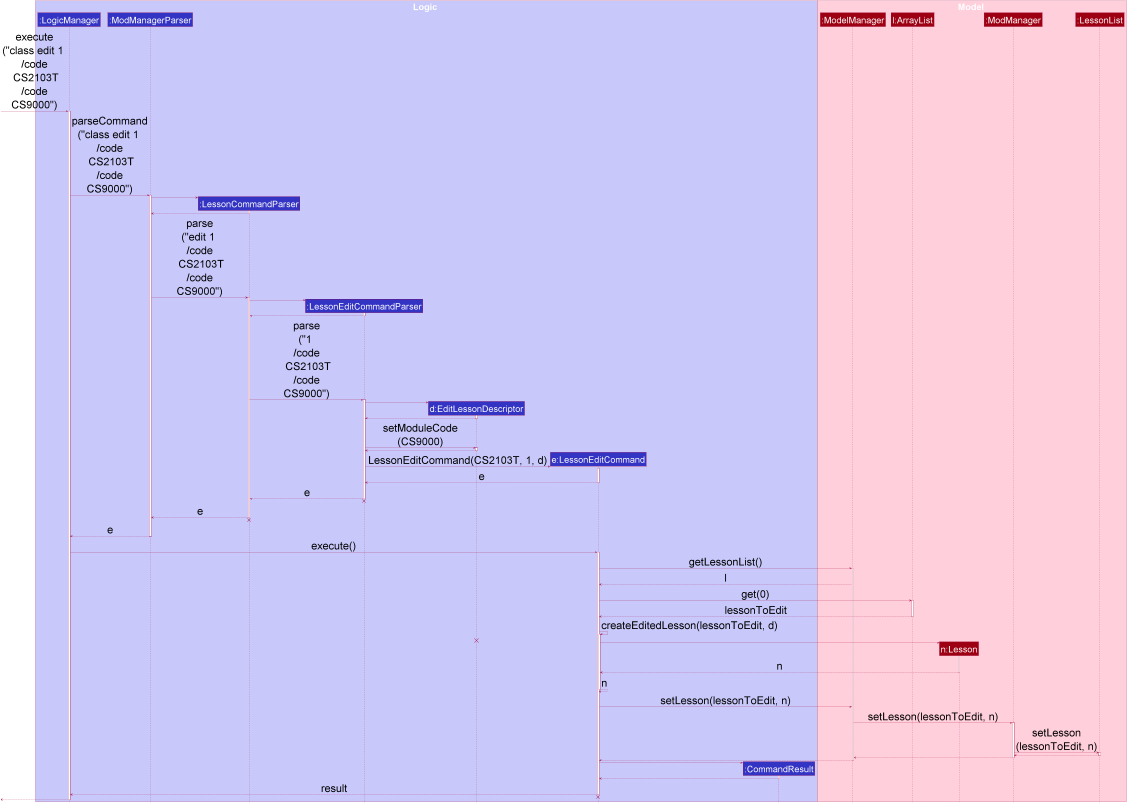
Before: docs/images/LessonEditSequenceDiagram.png, a diagram exported from PlantUML (zixinn/main).
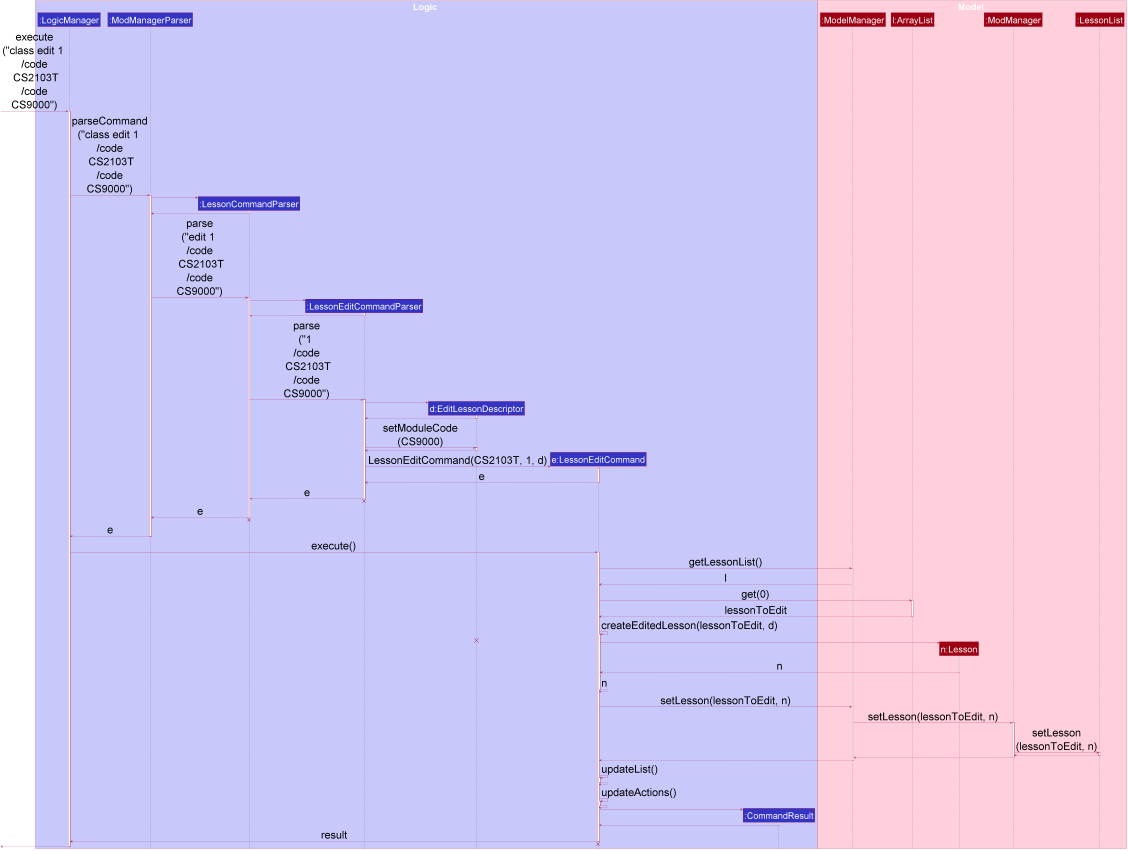
After the commit.

Diff of the diagram source:
```diff
@@ -176,6 +176,18 @@
 
 deactivate ModelManager
 
+LessonEditCommand -> LessonEditCommand : updateList()
+activate LessonEditCommand
+
+LessonEditCommand --> LessonEditCommand
+deactivate LessonEditCommand
+
+LessonEditCommand -> LessonEditCommand : updateActions()
+activate LessonEditCommand
+
+LessonEditCommand --> LessonEditCommand
+deactivate LessonEditCommand
+
 create CommandResult
 LessonEditCommand -> CommandResult
 activate CommandResult
```
